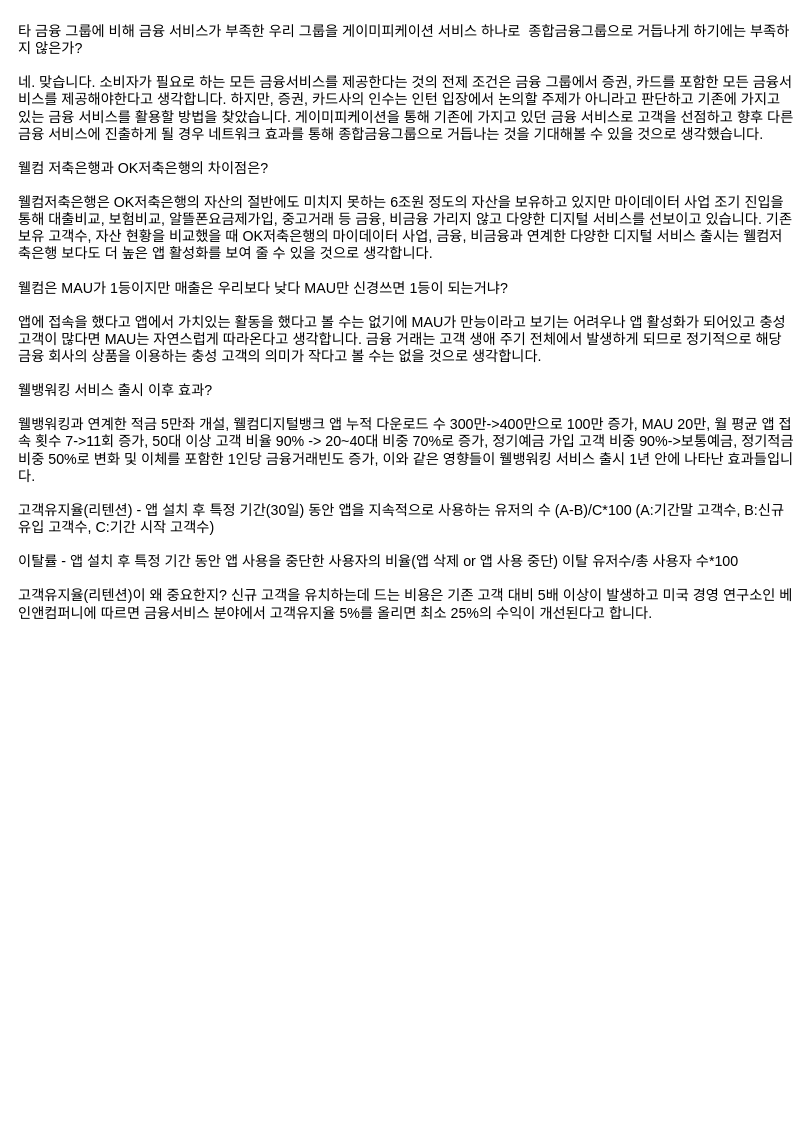
The draw.io diagram QnA.drawio in Jung-YongJin/flow-chart, before the edit. Source tidied: cells renumbered, new cells numbered last; positions are measured from the earlier drawing's top-left corner, leaving out a move shared by most shapes. Both pictures are drawn from the tidied source at 95%, with x=0, y=0 at pixel (16, 16).
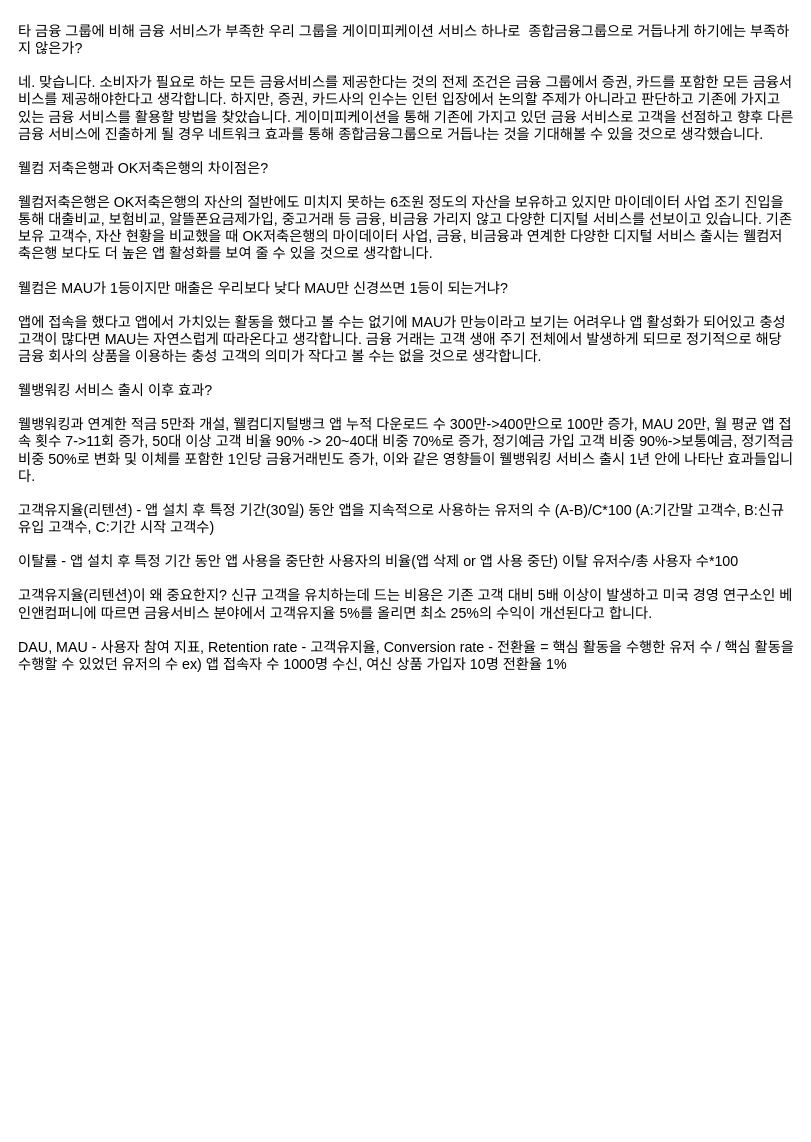
Above is the later version.

Change to the diagram source:
```diff
@@
 <mxGraphModel>
   <root>
     <mxCell id="0" />
     <mxCell id="1" parent="0" />
-    <mxCell id="2" value="타 금융 그룹에 비해 금융 서비스가 부족한 우리 그룹을 게이미피케이션 서비스 하나로  종합금융그룹으로 거듭나게 하기에는 부족하지 않은가?&#10;&#10;네. 맞습니다. 소비자가 필요로 하는 모든 금융서비스를 제공한다는 것의 전제 조건은 금융 그룹에서 증권, 카드를 포함한 모든 금융서비스를 제공해야한다고 생각합니다. 하지만, 증권, 카드사의 인수는 인턴 입장에서 논의할 주제가 아니라고 판단하고 기존에 가지고 있는 금융 서비스를 활용할 방법을 찾았습니다. 게이미피케이션을 통해 기존에 가지고 있던 금융 서비스로 고객을 선점하고 향후 다른 금융 서비스에 진출하게 될 경우 네트워크 효과를 통해 종합금융그룹으로 거듭나는 것을 기대해볼 수 있을 것으로 생각했습니다.&#10;&#10;웰컴 저축은행과 OK저축은행의 차이점은?&#10;&#10;웰컴저축은행은 OK저축은행의 자산의 절반에도 미치지 못하는 6조원 정도의 자산을 보유하고 있지만 마이데이터 사업 조기 진입을 통해 대출비교, 보험비교, 알뜰폰요금제가입, 중고거래 등 금융, 비금융 가리지 않고 다양한 디지털 서비스를 선보이고 있습니다. 기존 보유 고객수, 자산 현황을 비교했을 때 OK저축은행의 마이데이터 사업, 금융, 비금융과 연계한 다양한 디지털 서비스 출시는 웰컴저축은행 보다도 더 높은 앱 활성화를 보여 줄 수 있을 것으로 생각합니다.&#10;&#10;웰컴은 MAU가 1등이지만 매출은 우리보다 낮다 MAU만 신경쓰면 1등이 되는거냐?&#10;&#10;앱에 접속을 했다고 앱에서 가치있는 활동을 했다고 볼 수는 없기에 MAU가 만능이라고 보기는 어려우나 앱 활성화가 되어있고 충성 고객이 많다면 MAU는 자연스럽게 따라온다고 생각합니다. 금융 거래는 고객 생애 주기 전체에서 발생하게 되므로 정기적으로 해당 금융 회사의 상품을 이용하는 충성 고객의 의미가 작다고 볼 수는 없을 것으로 생각합니다.&#10;&#10;웰뱅워킹 서비스 출시 이후 효과?&#10;&#10;웰뱅워킹과 연계한 적금 5만좌 개설, 웰컴디지털뱅크 앱 누적 다운로드 수 300만-&gt;400만으로 100만 증가, MAU 20만, 월 평균 앱 접속 횟수 7-&gt;11회 증가, 50대 이상 고객 비율 90% -&gt; 20~40대 비중 70%로 증가, 정기예금 가입 고객 비중 90%-&gt;보통예금, 정기적금 비중 50%로 변화 및 이체를 포함한 1인당 금융거래빈도 증가, 이와 같은 영향들이 웰뱅워킹 서비스 출시 1년 안에 나타난 효과들입니다.&#10;&#10;고객유지율(리텐션) - 앱 설치 후 특정 기간(30일) 동안 앱을 지속적으로 사용하는 유저의 수 (A-B)/C*100 (A:기간말 고객수, B:신규 유입 고객수, C:기간 시작 고객수)&#10;&#10;이탈률 - 앱 설치 후 특정 기간 동안 앱 사용을 중단한 사용자의 비율(앱 삭제 or 앱 사용 중단) 이탈 유저수/총 사용자 수*100&#10;&#10;고객유지율(리텐션)이 왜 중요한지? 신규 고객을 유치하는데 드는 비용은 기존 고객 대비 5배 이상이 발생하고 미국 경영 연구소인 베인앤컴퍼니에 따르면 금융서비스 분야에서 고객유지율 5%를 올리면 최소 25%의 수익이 개선된다고 합니다.  &#10;&#10;" style="text;whiteSpace=wrap;fontSize=15;" parent="1" vertex="1">
+    <mxCell id="2" value="타 금융 그룹에 비해 금융 서비스가 부족한 우리 그룹을 게이미피케이션 서비스 하나로  종합금융그룹으로 거듭나게 하기에는 부족하지 않은가?&#10;&#10;네. 맞습니다. 소비자가 필요로 하는 모든 금융서비스를 제공한다는 것의 전제 조건은 금융 그룹에서 증권, 카드를 포함한 모든 금융서비스를 제공해야한다고 생각합니다. 하지만, 증권, 카드사의 인수는 인턴 입장에서 논의할 주제가 아니라고 판단하고 기존에 가지고 있는 금융 서비스를 활용할 방법을 찾았습니다. 게이미피케이션을 통해 기존에 가지고 있던 금융 서비스로 고객을 선점하고 향후 다른 금융 서비스에 진출하게 될 경우 네트워크 효과를 통해 종합금융그룹으로 거듭나는 것을 기대해볼 수 있을 것으로 생각했습니다.&#10;&#10;웰컴 저축은행과 OK저축은행의 차이점은?&#10;&#10;웰컴저축은행은 OK저축은행의 자산의 절반에도 미치지 못하는 6조원 정도의 자산을 보유하고 있지만 마이데이터 사업 조기 진입을 통해 대출비교, 보험비교, 알뜰폰요금제가입, 중고거래 등 금융, 비금융 가리지 않고 다양한 디지털 서비스를 선보이고 있습니다. 기존 보유 고객수, 자산 현황을 비교했을 때 OK저축은행의 마이데이터 사업, 금융, 비금융과 연계한 다양한 디지털 서비스 출시는 웰컴저축은행 보다도 더 높은 앱 활성화를 보여 줄 수 있을 것으로 생각합니다.&#10;&#10;웰컴은 MAU가 1등이지만 매출은 우리보다 낮다 MAU만 신경쓰면 1등이 되는거냐?&#10;&#10;앱에 접속을 했다고 앱에서 가치있는 활동을 했다고 볼 수는 없기에 MAU가 만능이라고 보기는 어려우나 앱 활성화가 되어있고 충성 고객이 많다면 MAU는 자연스럽게 따라온다고 생각합니다. 금융 거래는 고객 생애 주기 전체에서 발생하게 되므로 정기적으로 해당 금융 회사의 상품을 이용하는 충성 고객의 의미가 작다고 볼 수는 없을 것으로 생각합니다.&#10;&#10;웰뱅워킹 서비스 출시 이후 효과?&#10;&#10;웰뱅워킹과 연계한 적금 5만좌 개설, 웰컴디지털뱅크 앱 누적 다운로드 수 300만-&gt;400만으로 100만 증가, MAU 20만, 월 평균 앱 접속 횟수 7-&gt;11회 증가, 50대 이상 고객 비율 90% -&gt; 20~40대 비중 70%로 증가, 정기예금 가입 고객 비중 90%-&gt;보통예금, 정기적금 비중 50%로 변화 및 이체를 포함한 1인당 금융거래빈도 증가, 이와 같은 영향들이 웰뱅워킹 서비스 출시 1년 안에 나타난 효과들입니다.&#10;&#10;고객유지율(리텐션) - 앱 설치 후 특정 기간(30일) 동안 앱을 지속적으로 사용하는 유저의 수 (A-B)/C*100 (A:기간말 고객수, B:신규 유입 고객수, C:기간 시작 고객수)&#10;&#10;이탈률 - 앱 설치 후 특정 기간 동안 앱 사용을 중단한 사용자의 비율(앱 삭제 or 앱 사용 중단) 이탈 유저수/총 사용자 수*100&#10;&#10;고객유지율(리텐션)이 왜 중요한지? 신규 고객을 유치하는데 드는 비용은 기존 고객 대비 5배 이상이 발생하고 미국 경영 연구소인 베인앤컴퍼니에 따르면 금융서비스 분야에서 고객유지율 5%를 올리면 최소 25%의 수익이 개선된다고 합니다.  &#10;&#10;DAU, MAU - 사용자 참여 지표, Retention rate - 고객유지율, Conversion rate - 전환율 = 핵심 활동을 수행한 유저 수 / 핵심 활동을 수행할 수 있었던 유저의 수 ex) 앱 접속자 수 1000명 수신, 여신 상품 가입자 10명 전환율 1%&#10;&#10;" style="text;whiteSpace=wrap;fontSize=15;" parent="1" vertex="1">
       <mxGeometry width="820" height="1168" as="geometry" />
     </mxCell>
   </root>
 </mxGraphModel>
```
